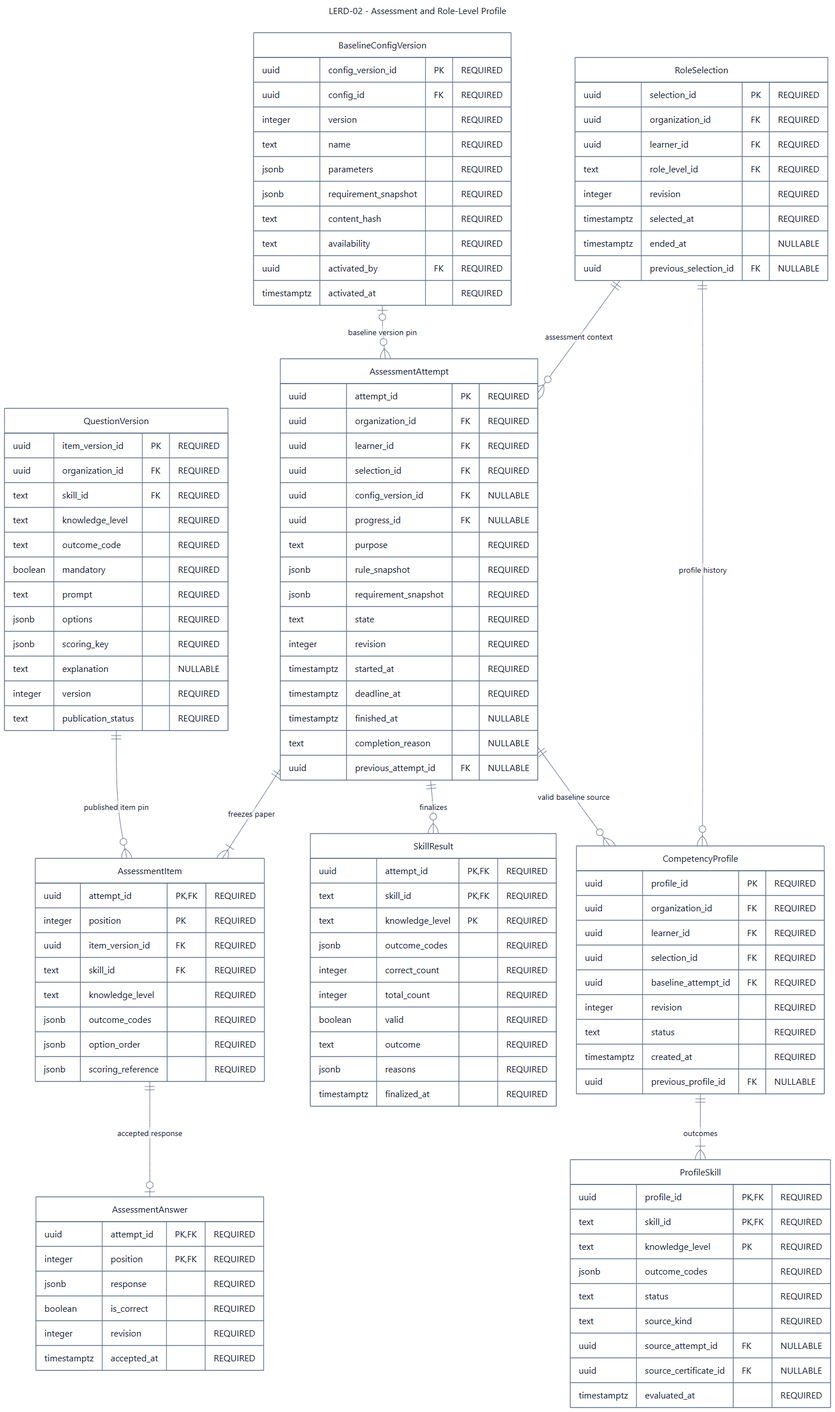
The Mermaid diagram documents/diagrams/mermaid/lerd-02.png in SEP490-Fall-2026-GFA26SE64/SEP490, before a commit. Its source is kept beside it as documents/diagrams/mermaid/lerd-02.mmd.
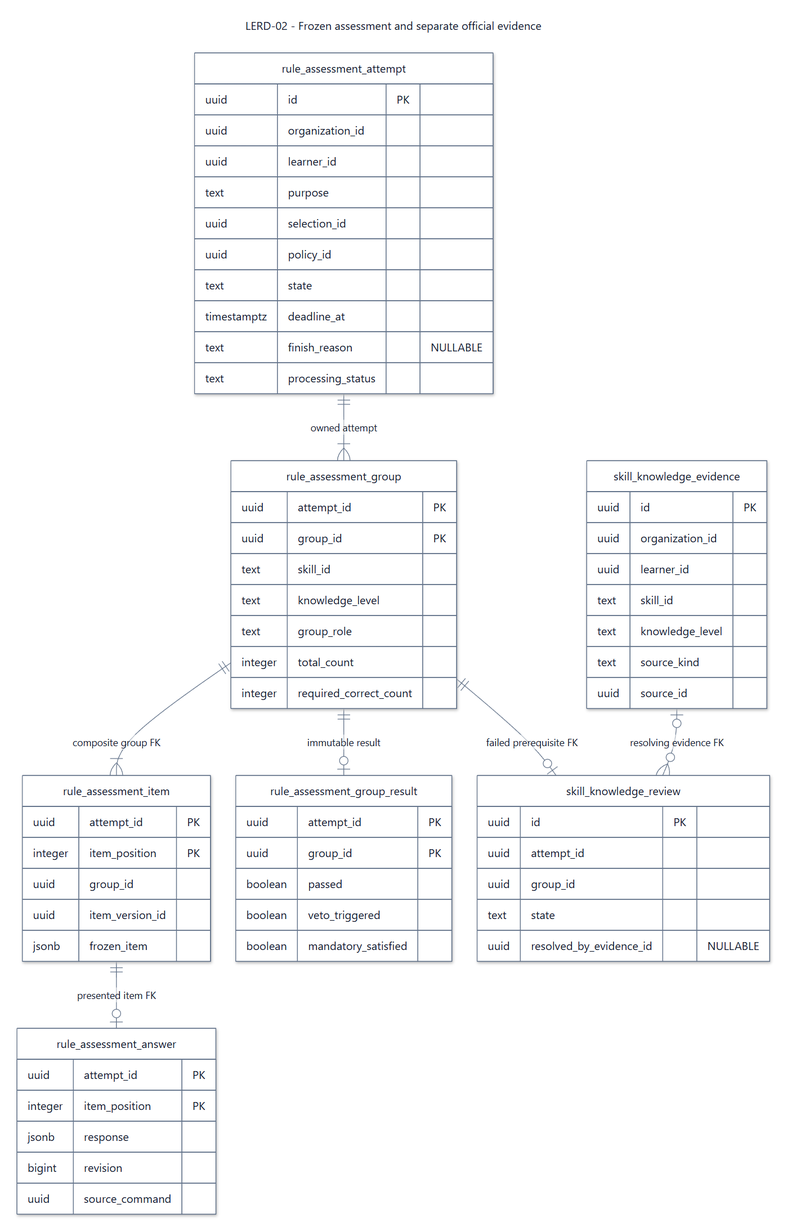
After the change.

Diff of the diagram source:
```diff
@@ -1,121 +1,71 @@
 ---
-title: "LERD-02 - Assessment and Role-Level Profile"
+title: "LERD-02 - Frozen assessment and separate official evidence"
 config: {"theme":"base","fontFamily":"Segoe UI, Arial, sans-serif","themeVariables":{"fontFamily":"Segoe UI, Arial, sans-serif","fontSize":"16px","primaryColor":"#ffffff","primaryTextColor":"#0f1729","primaryBorderColor":"#64748b","secondaryColor":"#fef3eb","tertiaryColor":"#ffffff","lineColor":"#64748b","textColor":"#0f1729","mainBkg":"#ffffff","background":"#ffffff","clusterBkg":"#ffffff","clusterBorder":"#64748b","edgeLabelBackground":"#ffffff","titleColor":"#0f1729","noteBkgColor":"#fef3eb","noteTextColor":"#0f1729","noteBorderColor":"#e6650f","attributeBackgroundColorOdd":"#ffffff","attributeBackgroundColorEven":"#ffffff","secondaryBorderColor":"#64748b","tertiaryBorderColor":"#64748b","secondaryTextColor":"#0f1729","tertiaryTextColor":"#0f1729"},"layout":"dagre","er":{"layoutDirection":"LR","nodeSpacing":36,"rankSpacing":74,"entityPadding":16,"fontSize":16,"minEntityWidth":140,"diagramPadding":24}}
 ---
+
 erDiagram
   direction TB
-  RoleSelection["RoleSelection"] {
-    uuid selection_id PK "REQUIRED"
-    uuid organization_id FK "REQUIRED"
-    uuid learner_id FK "REQUIRED"
-    text role_level_id FK "REQUIRED"
-    integer revision "REQUIRED"
-    timestamptz selected_at "REQUIRED"
-    timestamptz ended_at "NULLABLE"
-    uuid previous_selection_id FK "NULLABLE"
+  rule_assessment_attempt {
+    uuid id PK
+    uuid organization_id
+    uuid learner_id
+    text purpose
+    uuid selection_id
+    uuid policy_id
+    text state
+    timestamptz deadline_at
+    text finish_reason "NULLABLE"
+    text processing_status
   }
-  BaselineConfigVersion["BaselineConfigVersion"] {
-    uuid config_version_id PK "REQUIRED"
-    uuid config_id FK "REQUIRED"
-    integer version "REQUIRED"
-    text name "REQUIRED"
-    jsonb parameters "REQUIRED"
-    jsonb requirement_snapshot "REQUIRED"
-    text content_hash "REQUIRED"
-    text availability "REQUIRED"
-    uuid activated_by FK "REQUIRED"
-    timestamptz activated_at "REQUIRED"
+  rule_assessment_group {
+    uuid attempt_id PK
+    uuid group_id PK
+    text skill_id
+    text knowledge_level
+    text group_role
+    integer total_count
+    integer required_correct_count
   }
-  AssessmentAttempt["AssessmentAttempt"] {
-    uuid attempt_id PK "REQUIRED"
-    uuid organization_id FK "REQUIRED"
-    uuid learner_id FK "REQUIRED"
-    uuid selection_id FK "REQUIRED"
-    uuid config_version_id FK "NULLABLE"
-    uuid progress_id FK "NULLABLE"
-    text purpose "REQUIRED"
-    jsonb rule_snapshot "REQUIRED"
-    jsonb requirement_snapshot "REQUIRED"
-    text state "REQUIRED"
-    integer revision "REQUIRED"
-    timestamptz started_at "REQUIRED"
-    timestamptz deadline_at "REQUIRED"
-    timestamptz finished_at "NULLABLE"
-    text completion_reason "NULLABLE"
-    uuid previous_attempt_id FK "NULLABLE"
+  rule_assessment_item {
+    uuid attempt_id PK
+    integer item_position PK
+    uuid group_id
+    uuid item_version_id
+    jsonb frozen_item
   }
-  AssessmentItem["AssessmentItem"] {
-    uuid attempt_id PK, FK "REQUIRED"
-    integer position PK "REQUIRED"
-    uuid item_version_id FK "REQUIRED"
-    text skill_id FK "REQUIRED"
-    text knowledge_level "REQUIRED"
-    jsonb outcome_codes "REQUIRED"
-    jsonb option_order "REQUIRED"
-    jsonb scoring_reference "REQUIRED"
+  rule_assessment_answer {
+    uuid attempt_id PK
+    integer item_position PK
+    jsonb response
+    bigint revision
+    uuid source_command
   }
-  AssessmentAnswer["AssessmentAnswer"] {
-    uuid attempt_id PK, FK "REQUIRED"
-    integer position PK, FK "REQUIRED"
-    jsonb response "REQUIRED"
-    boolean is_correct "REQUIRED"
-    integer revision "REQUIRED"
-    timestamptz accepted_at "REQUIRED"
+  rule_assessment_group_result {
+    uuid attempt_id PK
+    uuid group_id PK
+    boolean passed
+    boolean veto_triggered
+    boolean mandatory_satisfied
   }
-  QuestionVersion["QuestionVersion"] {
-    uuid item_version_id PK "REQUIRED"
-    uuid organization_id FK "REQUIRED"
-    text skill_id FK "REQUIRED"
-    text knowledge_level "REQUIRED"
-    text outcome_code "REQUIRED"
-    boolean mandatory "REQUIRED"
-    text prompt "REQUIRED"
-    jsonb options "REQUIRED"
-    jsonb scoring_key "REQUIRED"
-    text explanation "NULLABLE"
-    integer version "REQUIRED"
-    text publication_status "REQUIRED"
+  skill_knowledge_evidence {
+    uuid id PK
+    uuid organization_id
+    uuid learner_id
+    text skill_id
+    text knowledge_level
+    text source_kind
+    uuid source_id
   }
-  SkillResult["SkillResult"] {
-    uuid attempt_id PK, FK "REQUIRED"
-    text skill_id PK, FK "REQUIRED"
-    text knowledge_level PK "REQUIRED"
-    jsonb outcome_codes "REQUIRED"
-    integer correct_count "REQUIRED"
-    integer total_count "REQUIRED"
-    boolean valid "REQUIRED"
-    text outcome "REQUIRED"
-    jsonb reasons "REQUIRED"
-    timestamptz finalized_at "REQUIRED"
+  skill_knowledge_review {
+    uuid id PK
+    uuid attempt_id
+    uuid group_id
+    text state
+    uuid resolved_by_evidence_id "NULLABLE"
   }
-  CompetencyProfile["CompetencyProfile"] {
-    uuid profile_id PK "REQUIRED"
-    uuid organization_id FK "REQUIRED"
-    uuid learner_id FK "REQUIRED"
-    uuid selection_id FK "REQUIRED"
-    uuid baseline_attempt_id FK "REQUIRED"
-    integer revision "REQUIRED"
-    text status "REQUIRED"
-    timestamptz created_at "REQUIRED"
-    uuid previous_profile_id FK "NULLABLE"
-  }
-  ProfileSkill["ProfileSkill"] {
-    uuid profile_id PK, FK "REQUIRED"
-    text skill_id PK, FK "REQUIRED"
-    text knowledge_level PK "REQUIRED"
-    jsonb outcome_codes "REQUIRED"
-    text status "REQUIRED"
-    text source_kind "REQUIRED"
-    uuid source_attempt_id FK "NULLABLE"
-    uuid source_certificate_id FK "NULLABLE"
-    timestamptz evaluated_at "REQUIRED"
-  }
-  RoleSelection ||--o{ AssessmentAttempt : "assessment context"
-  BaselineConfigVersion o|--o{ AssessmentAttempt : "baseline version pin"
-  AssessmentAttempt ||--|{ AssessmentItem : "freezes paper"
-  QuestionVersion ||--o{ AssessmentItem : "published item pin"
-  AssessmentItem ||--o| AssessmentAnswer : "accepted response"
-  AssessmentAttempt ||--o{ SkillResult : "finalizes"
-  RoleSelection ||--o{ CompetencyProfile : "profile history"
-  AssessmentAttempt ||--o{ CompetencyProfile : "valid baseline source"
-  CompetencyProfile ||--|{ ProfileSkill : "outcomes"
+  rule_assessment_attempt ||--|{ rule_assessment_group : "owned attempt"
+  rule_assessment_group ||--|{ rule_assessment_item : "composite group FK"
+  rule_assessment_item ||--o| rule_assessment_answer : "presented item FK"
+  rule_assessment_group ||--o| rule_assessment_group_result : "immutable result"
+  rule_assessment_group ||--o| skill_knowledge_review : "failed prerequisite FK"
+  skill_knowledge_evidence o|--o{ skill_knowledge_review : "resolving evidence FK"
```
